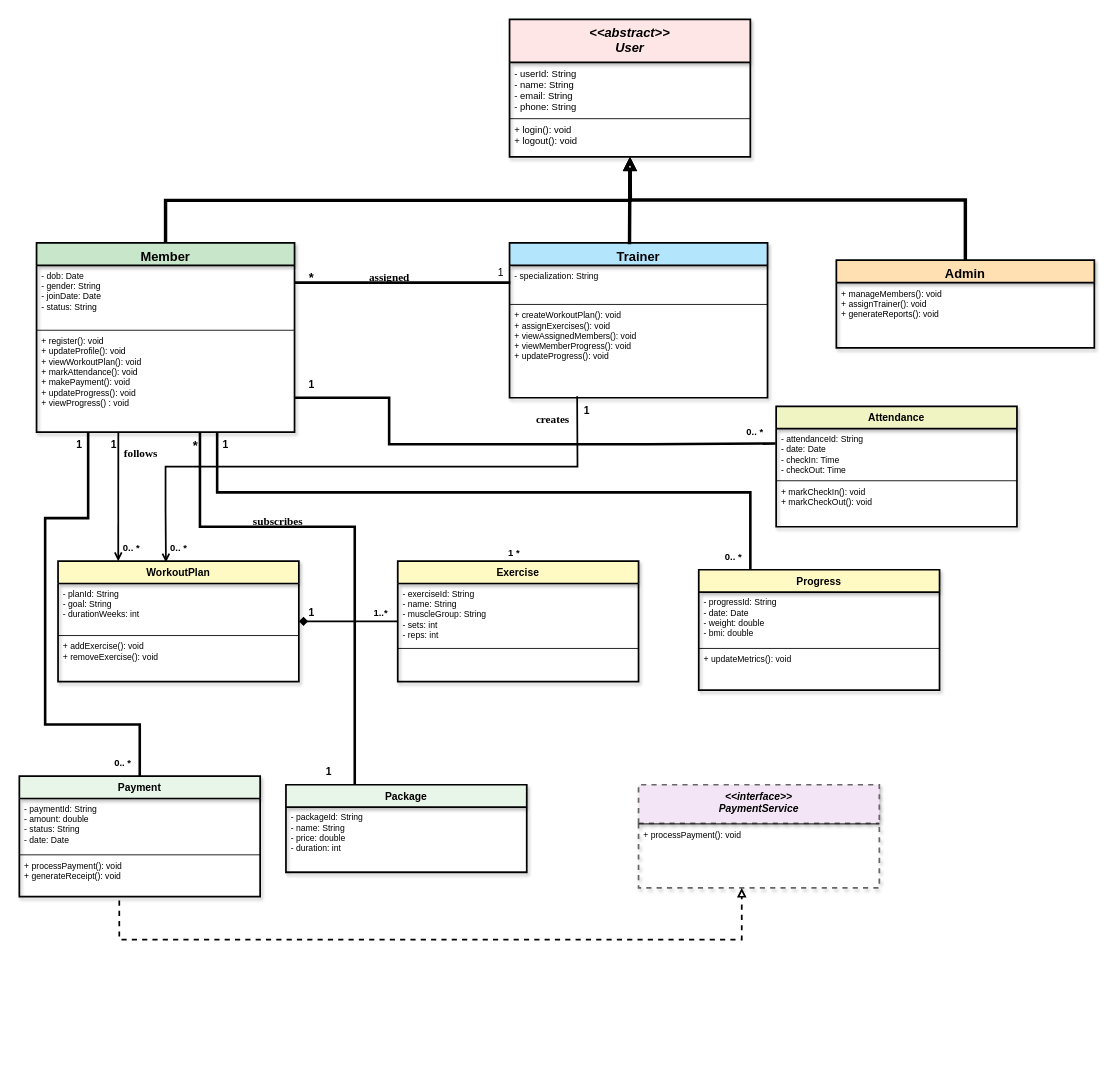
The draw.io diagram UML DIAGRAMS/CLASS DIAGRAM/GymManagementSystem_UML_Professional.drawio in GUNADEEP19/GYM-MANAGEMENT-SYSTEM, before the edit. Source tidied: cells renumbered, new cells numbered last; positions are measured from the earlier drawing's top-left corner, leaving out a move shared by most shapes. Both pictures are drawn from the tidied source at 86%, with x=0, y=0 at pixel (19, 19).
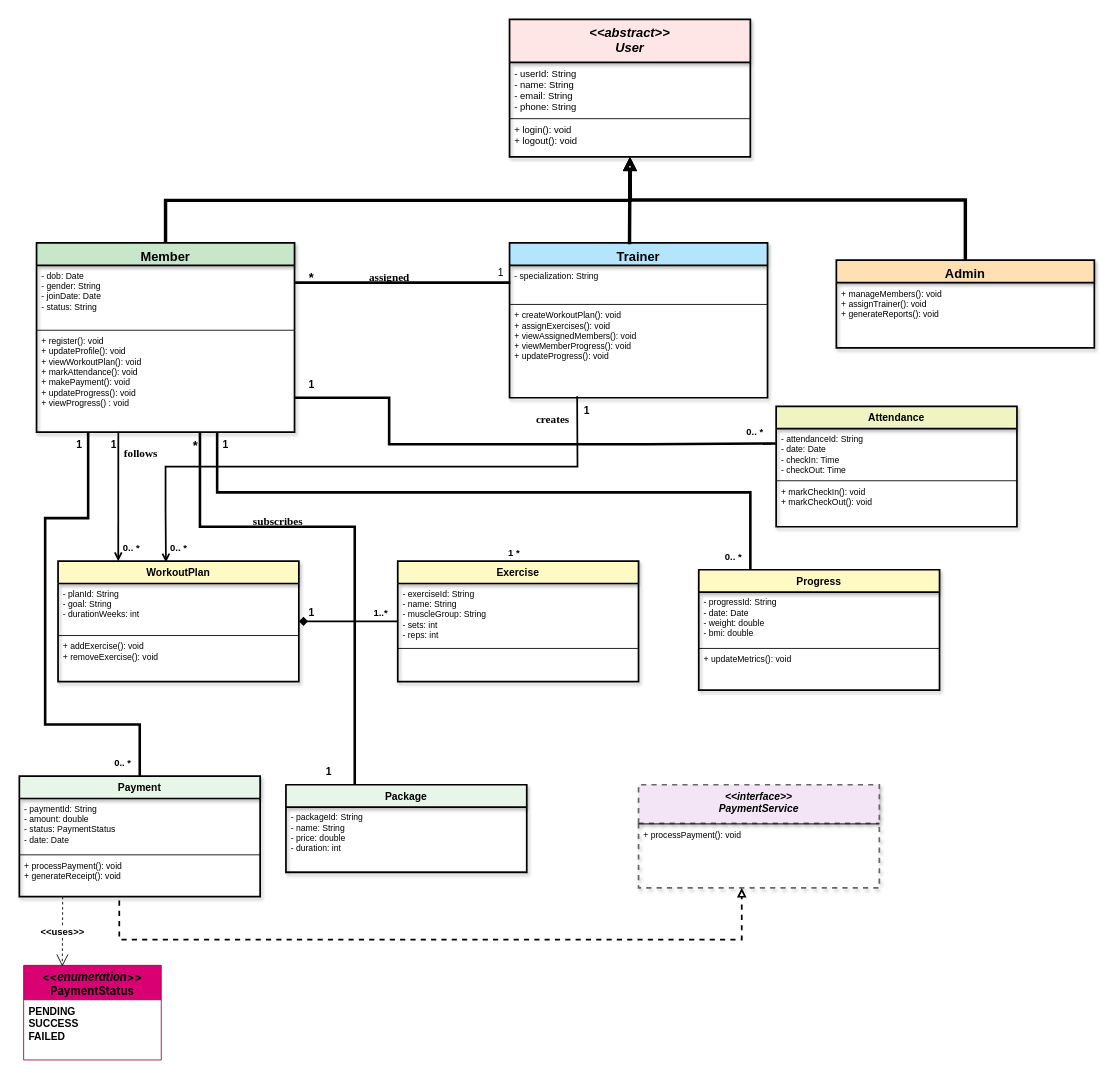
After the change.

Commit message (it also covers changes not shown here):
docs(uml): update class and state diagram assets

The change refers to these unchanged cells:
```xml
<mxCell id="34" value="Payment" style="swimlane;fontStyle=1;align=center;verticalAlign=top;horizontal=1;startSize=26;rounded=0;shadow=1;strokeWidth=2;strokeColor=#000000;fillColor=#E8F5E9;" parent="1" vertex="1">
  <mxGeometry y="880" width="280" height="140" as="geometry" />
</mxCell>
<mxCell id="37" value="+ processPayment(): void&#10;+ generateReceipt(): void" style="text;strokeColor=none;fillColor=none;align=left;verticalAlign=top;spacingLeft=4;spacingRight=4;overflow=hidden;points=[[0,0.5],[1,0.5]];portConstraint=eastwest;fontSize=10;" parent="34" vertex="1">
  <mxGeometry y="92" width="280" height="48" as="geometry" />
</mxCell>
```

What changed in the source:
```diff
@@
-    <mxCell id="35" value="- paymentId: String&#10;- amount: double&#10;- status: String&#10;- date: Date" style="text;strokeColor=none;fillColor=none;align=left;verticalAlign=top;spacingLeft=4;spacingRight=4;overflow=hidden;fontSize=10;" parent="34" vertex="1">
+    <mxCell id="35" value="- paymentId: String&#10;- amount: double&#10;- status: PaymentStatus&#10;- date: Date" style="text;strokeColor=none;fillColor=none;align=left;verticalAlign=top;spacingLeft=4;spacingRight=4;overflow=hidden;fontSize=10;" parent="34" vertex="1">
       <mxGeometry y="26" width="280" height="65" as="geometry" />
     </mxCell>
@@
+    <mxCell id="78" value="&lt;span style=&quot;font-family: -apple-system, &amp;quot;system-ui&amp;quot;, sans-serif; font-size: 13px; text-align: start;&quot;&gt;&lt;font style=&quot;color: rgb(0, 0, 0);&quot;&gt;&amp;lt;&amp;lt;&lt;i&gt;enumeration&lt;/i&gt;&amp;gt;&amp;gt; PaymentStatus&lt;/font&gt;&lt;/span&gt;" style="swimlane;fontStyle=1;align=center;verticalAlign=top;horizontal=1;startSize=40;whiteSpace=wrap;html=1;fillColor=#d80073;strokeColor=#A50040;fontColor=#ffffff;" parent="1" vertex="1">
+      <mxGeometry x="5" y="1100" width="160" height="110" as="geometry" />
+    </mxCell>
+    <mxCell id="79" value="&lt;b&gt;PENDING&lt;/b&gt;&lt;div&gt;&lt;b&gt;SUCCESS&lt;br&gt;FAILED&lt;/b&gt;&lt;/div&gt;" style="text;strokeColor=none;fillColor=none;align=left;verticalAlign=top;spacingLeft=4;spacingRight=4;overflow=hidden;whiteSpace=wrap;html=1;" parent="78" vertex="1">
+      <mxGeometry y="40" width="160" height="70" as="geometry" />
+    </mxCell>
+    <mxCell id="80" value="&lt;b&gt;&amp;lt;&amp;lt;uses&amp;gt;&amp;gt;&lt;/b&gt;" style="endArrow=open;endSize=12;dashed=1;html=1;rounded=0;exitX=0.18;exitY=1.005;exitDx=0;exitDy=0;exitPerimeter=0;entryX=0.281;entryY=0.012;entryDx=0;entryDy=0;entryPerimeter=0;" parent="1" edge="1" source="37" target="78">
+      <mxGeometry relative="1" as="geometry" />
+    </mxCell>
```
